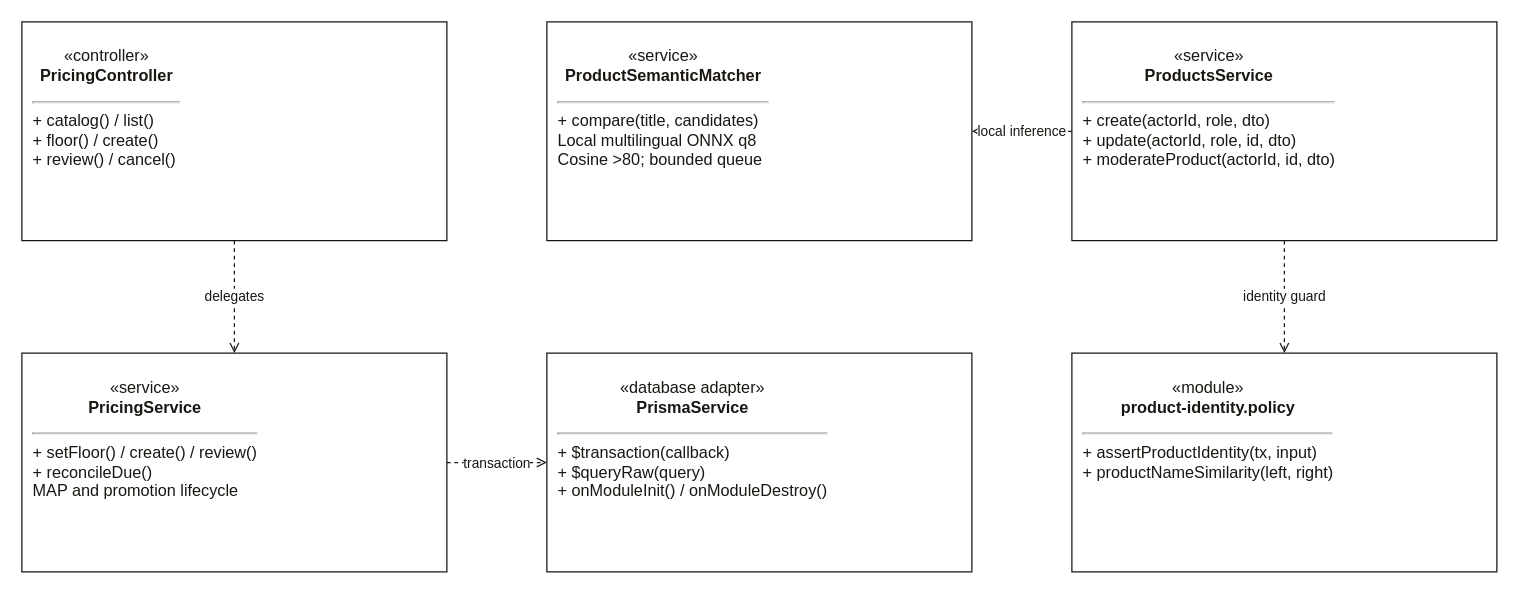
thang-nt25/SCANMS-project-capstone-fall26 keeps this draw.io diagram as page "Pricing Application Classes" (3 of 5) of docs/thinh-flow-2-3/diagrams/Class-Diagram.drawio. Above is the earlier version. Source tidied: cells renumbered, new cells numbered last; positions are measured from the earlier drawing's top-left corner, leaving out a move shared by most shapes. Both pictures are drawn from the tidied source at 125%, with x=0, y=0 at pixel (21, 21).
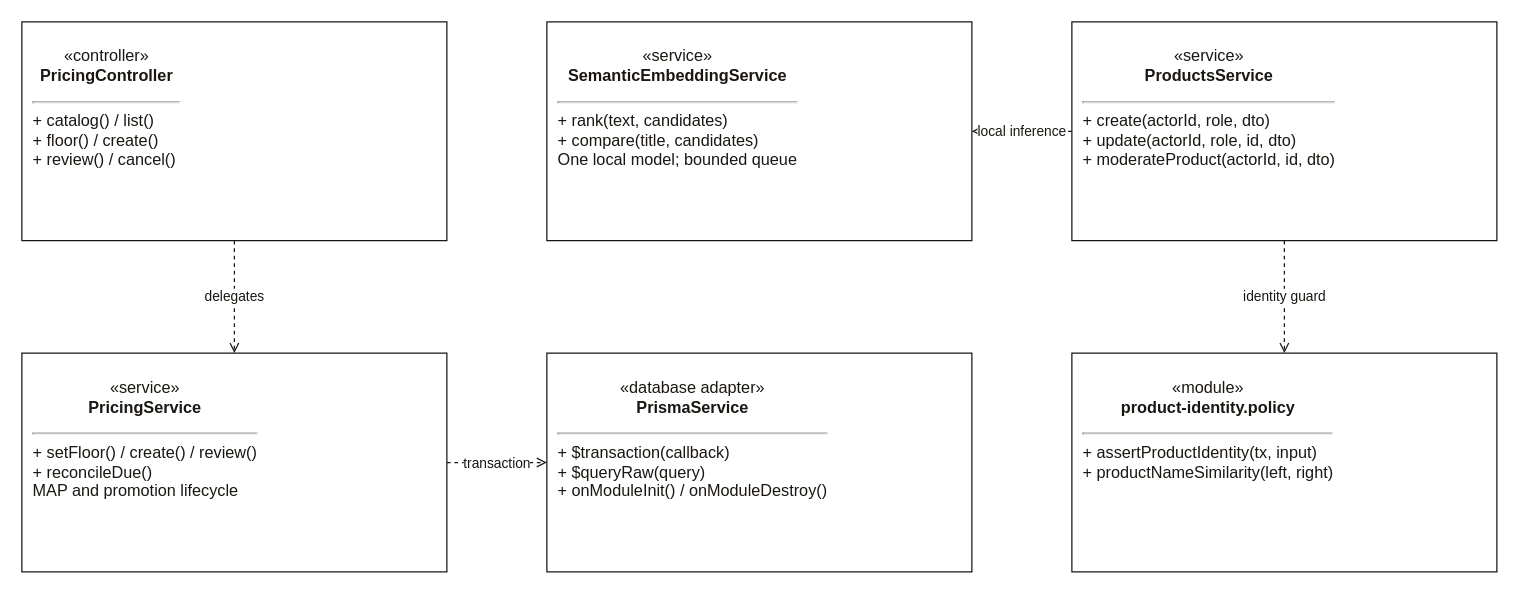
The same diagram, later.

What changed in the source:
```diff
@@
 <mxGraphModel background="#FFFFFF">
   <root>
     <mxCell id="0" />
     <mxCell id="1" parent="0" />
     <mxCell id="2" value="delegates" style="edgeStyle=orthogonalEdgeStyle;html=1;rounded=0;endArrow=open;dashed=1;strokeColor=#1A1612;fontColor=#1A1612;labelBackgroundColor=#FFFFFF;" parent="1" edge="1" source="6" target="9">
       <mxGeometry relative="1" as="geometry" />
     </mxCell>
     <mxCell id="3" value="local inference" style="edgeStyle=orthogonalEdgeStyle;html=1;rounded=0;endArrow=open;dashed=1;strokeColor=#1A1612;fontColor=#1A1612;labelBackgroundColor=#FFFFFF;" parent="1" edge="1" source="8" target="7">
       <mxGeometry relative="1" as="geometry" />
     </mxCell>
     <mxCell id="4" value="identity guard" style="edgeStyle=orthogonalEdgeStyle;html=1;rounded=0;endArrow=open;dashed=1;strokeColor=#1A1612;fontColor=#1A1612;labelBackgroundColor=#FFFFFF;" parent="1" edge="1" source="8" target="11">
       <mxGeometry relative="1" as="geometry" />
     </mxCell>
     <mxCell id="5" value="transaction" style="edgeStyle=orthogonalEdgeStyle;html=1;rounded=0;endArrow=open;dashed=1;strokeColor=#1A1612;fontColor=#1A1612;labelBackgroundColor=#FFFFFF;" parent="1" edge="1" source="9" target="10">
       <mxGeometry relative="1" as="geometry" />
     </mxCell>
     <mxCell id="6" value="&lt;div style=&quot;text-align:center;padding:6px&quot;&gt;«controller»&lt;br/&gt;&lt;b&gt;PricingController&lt;/b&gt;&lt;/div&gt;&lt;hr/&gt;+ catalog() / list()&lt;br/&gt;+ floor() / create()&lt;br/&gt;+ review() / cancel()" style="rounded=0;html=1;whiteSpace=wrap;fillColor=#FFFFFF;strokeColor=#1A1612;fontColor=#1A1612;align=left;verticalAlign=top;spacing=9;fontFamily=Arial;fontSize=13;" parent="1" vertex="1">
       <mxGeometry width="340" height="175" as="geometry" />
     </mxCell>
-    <mxCell id="7" value="&lt;div style=&quot;text-align:center;padding:6px&quot;&gt;«service»&lt;br/&gt;&lt;b&gt;ProductSemanticMatcher&lt;/b&gt;&lt;/div&gt;&lt;hr/&gt;+ compare(title, candidates)&lt;br/&gt;  Local multilingual ONNX q8&lt;br/&gt;  Cosine &amp;gt;80; bounded queue" style="rounded=0;html=1;whiteSpace=wrap;fillColor=#FFFFFF;strokeColor=#1A1612;fontColor=#1A1612;align=left;verticalAlign=top;spacing=9;fontFamily=Arial;fontSize=13;" parent="1" vertex="1">
+    <mxCell id="7" value="&lt;div style=&quot;text-align:center;padding:6px&quot;&gt;«service»&lt;br/&gt;&lt;b&gt;SemanticEmbeddingService&lt;/b&gt;&lt;/div&gt;&lt;hr/&gt;+ rank(text, candidates)&lt;br/&gt;+ compare(title, candidates)&lt;br/&gt;  One local model; bounded queue" style="rounded=0;html=1;whiteSpace=wrap;fillColor=#FFFFFF;strokeColor=#1A1612;fontColor=#1A1612;align=left;verticalAlign=top;spacing=9;fontFamily=Arial;fontSize=13;" parent="1" vertex="1">
       <mxGeometry x="420" width="340" height="175" as="geometry" />
     </mxCell>
     <mxCell id="8" value="&lt;div style=&quot;text-align:center;padding:6px&quot;&gt;«service»&lt;br/&gt;&lt;b&gt;ProductsService&lt;/b&gt;&lt;/div&gt;&lt;hr/&gt;+ create(actorId, role, dto)&lt;br/&gt;+ update(actorId, role, id, dto)&lt;br/&gt;+ moderateProduct(actorId, id, dto)" style="rounded=0;html=1;whiteSpace=wrap;fillColor=#FFFFFF;strokeColor=#1A1612;fontColor=#1A1612;align=left;verticalAlign=top;spacing=9;fontFamily=Arial;fontSize=13;" parent="1" vertex="1">
       <mxGeometry x="840" width="340" height="175" as="geometry" />
     </mxCell>
     <mxCell id="9" value="&lt;div style=&quot;text-align:center;padding:6px&quot;&gt;«service»&lt;br/&gt;&lt;b&gt;PricingService&lt;/b&gt;&lt;/div&gt;&lt;hr/&gt;+ setFloor() / create() / review()&lt;br/&gt;+ reconcileDue()&lt;br/&gt;  MAP and promotion lifecycle" style="rounded=0;html=1;whiteSpace=wrap;fillColor=#FFFFFF;strokeColor=#1A1612;fontColor=#1A1612;align=left;verticalAlign=top;spacing=9;fontFamily=Arial;fontSize=13;" parent="1" vertex="1">
       <mxGeometry y="265" width="340" height="175" as="geometry" />
     </mxCell>
     <mxCell id="10" value="&lt;div style=&quot;text-align:center;padding:6px&quot;&gt;«database adapter»&lt;br/&gt;&lt;b&gt;PrismaService&lt;/b&gt;&lt;/div&gt;&lt;hr/&gt;+ $transaction(callback)&lt;br/&gt;+ $queryRaw(query)&lt;br/&gt;+ onModuleInit() / onModuleDestroy()" style="rounded=0;html=1;whiteSpace=wrap;fillColor=#FFFFFF;strokeColor=#1A1612;fontColor=#1A1612;align=left;verticalAlign=top;spacing=9;fontFamily=Arial;fontSize=13;" parent="1" vertex="1">
       <mxGeometry x="420" y="265" width="340" height="175" as="geometry" />
     </mxCell>
     <mxCell id="11" value="&lt;div style=&quot;text-align:center;padding:6px&quot;&gt;«module»&lt;br/&gt;&lt;b&gt;product-identity.policy&lt;/b&gt;&lt;/div&gt;&lt;hr/&gt;+ assertProductIdentity(tx, input)&lt;br/&gt;+ productNameSimilarity(left, right)" style="rounded=0;html=1;whiteSpace=wrap;fillColor=#FFFFFF;strokeColor=#1A1612;fontColor=#1A1612;align=left;verticalAlign=top;spacing=9;fontFamily=Arial;fontSize=13;" parent="1" vertex="1">
       <mxGeometry x="840" y="265" width="340" height="175" as="geometry" />
     </mxCell>
   </root>
 </mxGraphModel>
```
